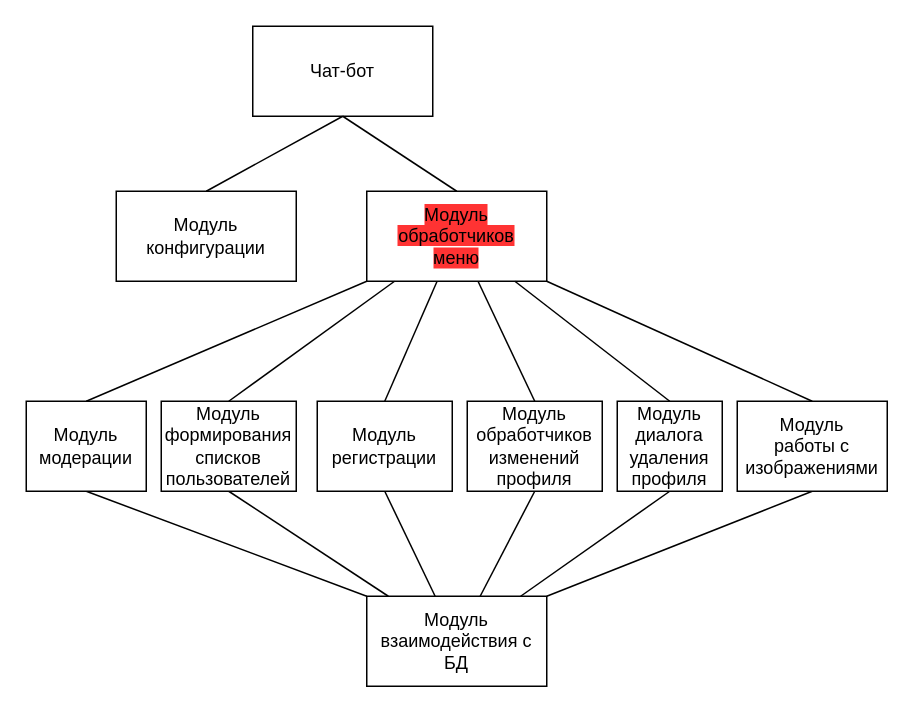
Above: курсовая трпс/схемы/структурная бот.drawio in Trickster2038/BmstuDocs5 (draw.io), before the change. Source tidied: cells renumbered, new cells numbered last; positions are measured from the earlier drawing's top-left corner, leaving out a move shared by most shapes. Both pictures are drawn from the tidied source at 150%, with x=0, y=0 at pixel (26, 26).
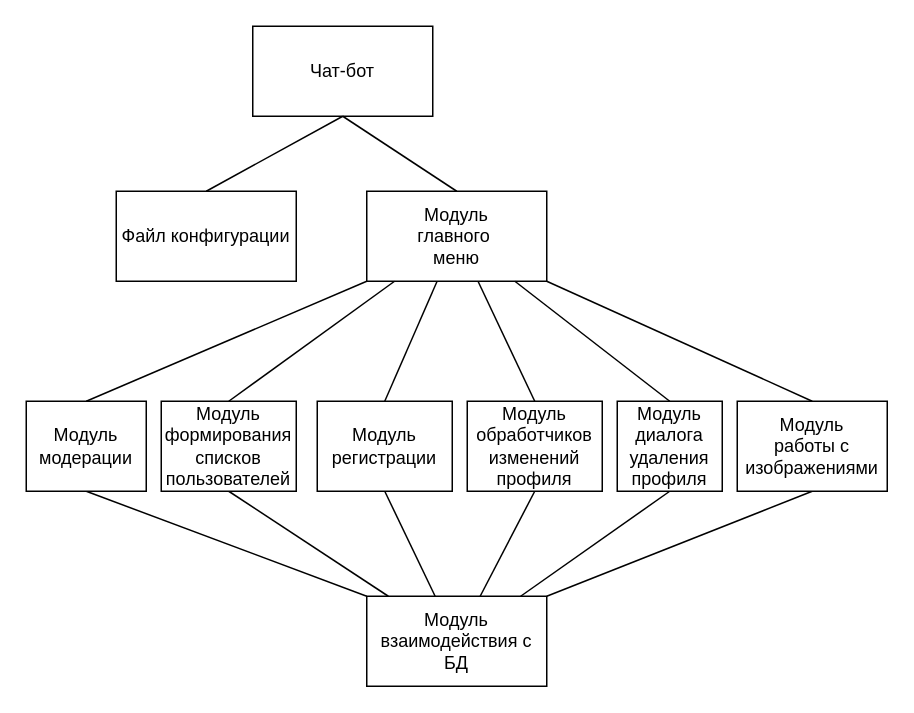
The same diagram, later.

What changed in the source:
```diff
@@
-    <mxCell id="4" value="Модуль конфигурации" style="rounded=0;whiteSpace=wrap;html=1;" parent="1" vertex="1">
+    <mxCell id="4" value="Файл конфигурации" style="rounded=0;whiteSpace=wrap;html=1;" parent="1" vertex="1">
       <mxGeometry x="60" y="110" width="120" height="60" as="geometry" />
     </mxCell>
@@
-    <mxCell id="6" value="&lt;span style=&quot;background-color: rgb(255 , 51 , 51)&quot;&gt;Модуль обработчиков&lt;br&gt;меню&lt;/span&gt;" style="rounded=0;whiteSpace=wrap;html=1;" parent="1" vertex="1">
+    <mxCell id="6" value="&lt;span style=&quot;background-color: rgb(255 , 255 , 255)&quot;&gt;Модуль&lt;br&gt;главного&amp;nbsp;&lt;br&gt;меню&lt;/span&gt;" style="rounded=0;whiteSpace=wrap;html=1;" parent="1" vertex="1">
       <mxGeometry x="227" y="110" width="120" height="60" as="geometry" />
     </mxCell>
```
